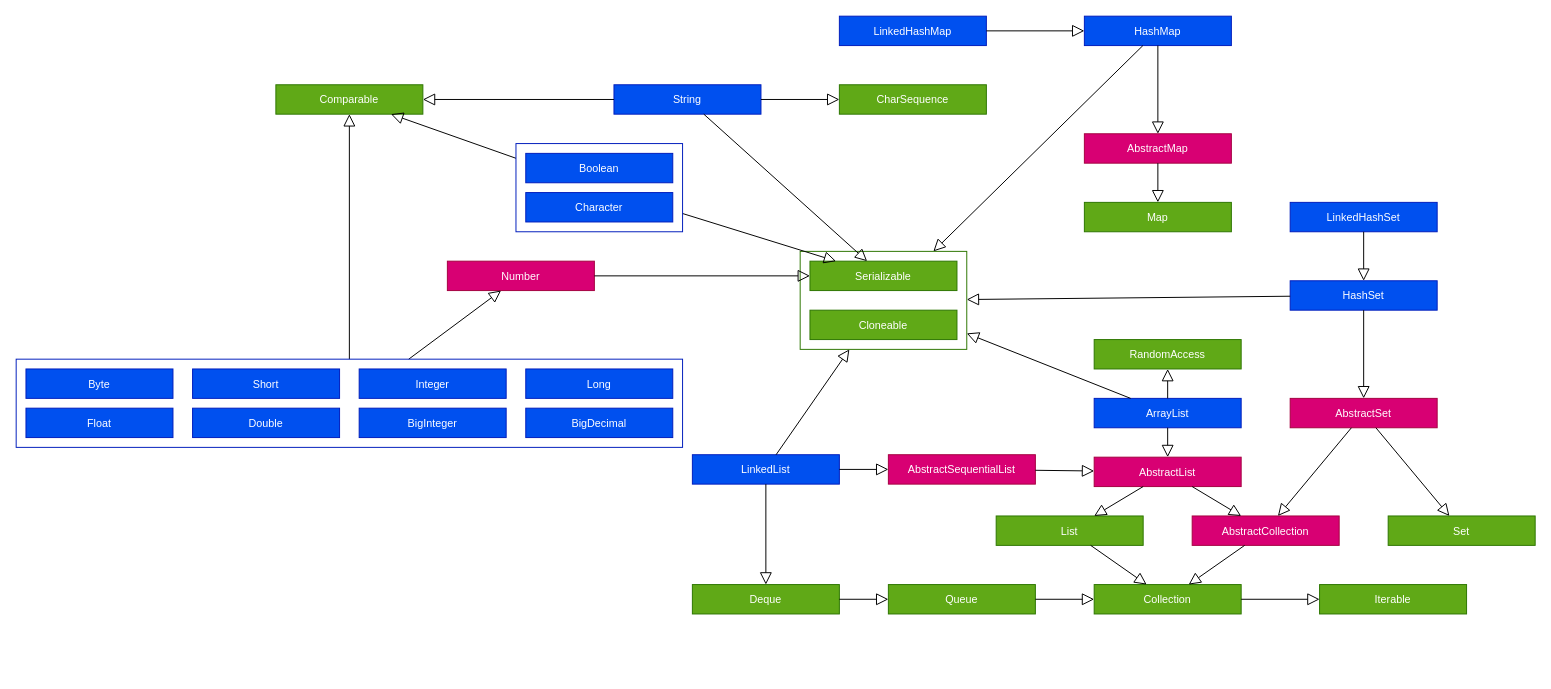
Above: extras/Smtin.drawio in Pa3kc123/json (draw.io), before the change. Source tidied: cells renumbered, new cells numbered last; positions are measured from the earlier drawing's top-left corner, leaving out a move shared by most shapes. Both pictures are drawn from the tidied source at 98%, with x=0, y=0 at pixel (16, 16).
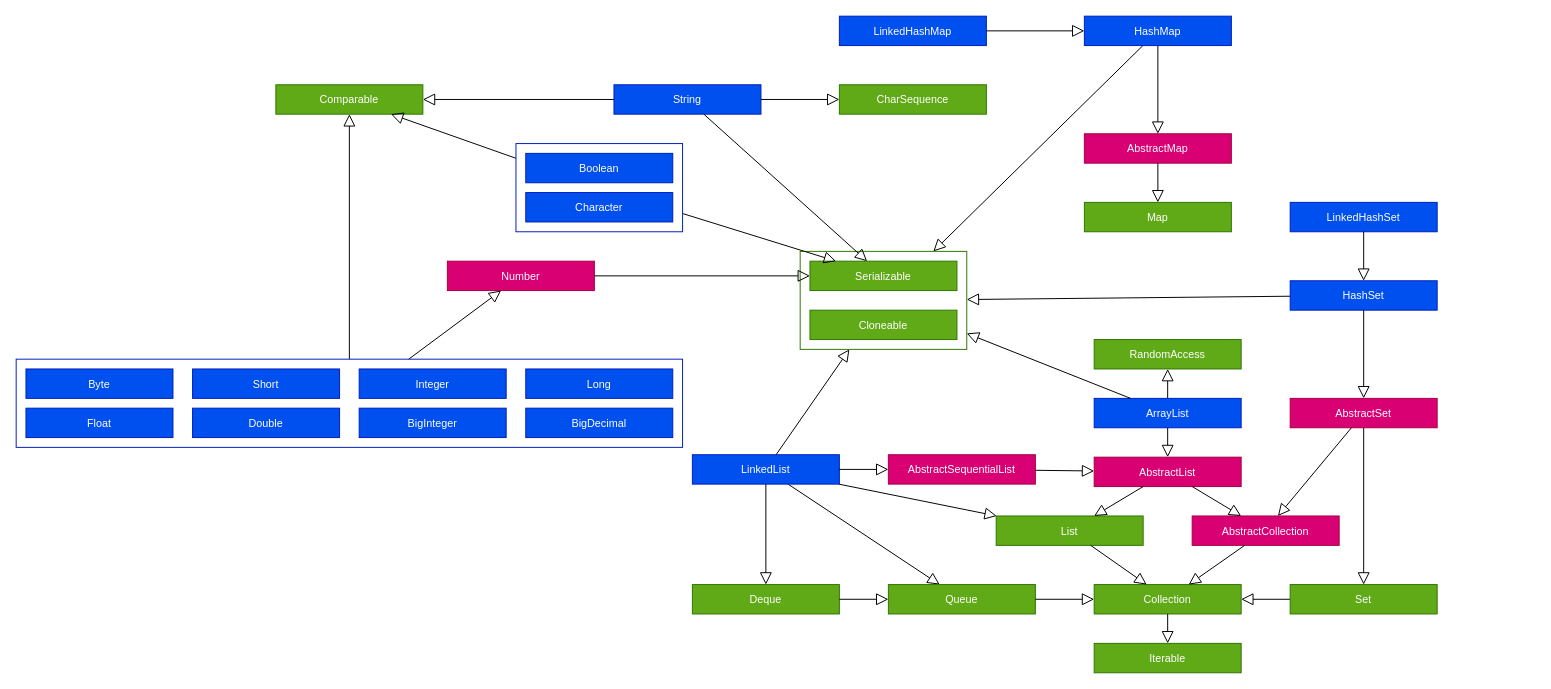
The same diagram, later.

The change refers to these unchanged cells:
```xml
<mxCell id="3" value="List" style="rounded=0;fontFamily=Helvetica;fontSize=11;fontColor=#ffffff;fillColor=#60a917;strokeColor=#2D7600;" parent="1" vertex="1">
  <mxGeometry x="1000" y="510" width="150" height="30" as="geometry" />
</mxCell>
<mxCell id="4" value="Collection" style="rounded=0;fontFamily=Helvetica;fontSize=11;fontColor=#ffffff;fillColor=#60a917;strokeColor=#2D7600;" parent="1" vertex="1">
  <mxGeometry x="1100" y="580" width="150" height="30" as="geometry" />
</mxCell>
<mxCell id="7" value="LinkedList" style="rounded=0;fontFamily=Helvetica;fontSize=11;fontColor=#ffffff;fillColor=#0050ef;strokeColor=#001DBC;" parent="1" vertex="1">
  <mxGeometry x="690" y="447.5" width="150" height="30" as="geometry" />
</mxCell>
<mxCell id="10" value="Queue" style="rounded=0;fontFamily=Helvetica;fontSize=11;fontColor=#ffffff;fillColor=#60a917;strokeColor=#2D7600;" parent="1" vertex="1">
  <mxGeometry x="890" y="580" width="150" height="30" as="geometry" />
</mxCell>
```

Change to the diagram source:
```diff
@@
     <mxCell id="5" value="Iterable" style="rounded=0;fontFamily=Helvetica;fontSize=11;fontColor=#ffffff;fillColor=#60a917;strokeColor=#2D7600;" parent="1" vertex="1">
-      <mxGeometry x="1330" y="580" width="150" height="30" as="geometry" />
+      <mxGeometry x="1100" y="640" width="150" height="30" as="geometry" />
     </mxCell>
@@
+    <mxCell id="74" style="edgeStyle=none;shape=connector;rounded=0;jettySize=auto;html=0;shadow=0;labelBackgroundColor=default;strokeColor=default;strokeWidth=1;fontFamily=Helvetica;fontSize=11;fontColor=default;endArrow=block;endFill=0;endSize=10;elbow=vertical;" parent="1" edge="1" source="7" target="10">
+      <mxGeometry relative="1" as="geometry" />
+    </mxCell>
+    <mxCell id="75" style="edgeStyle=none;shape=connector;rounded=0;jettySize=auto;html=0;shadow=0;labelBackgroundColor=default;strokeColor=default;strokeWidth=1;fontFamily=Helvetica;fontSize=11;fontColor=default;endArrow=block;endFill=0;endSize=10;elbow=vertical;" parent="1" edge="1" source="7" target="3">
+      <mxGeometry relative="1" as="geometry" />
+    </mxCell>
@@
+    <mxCell id="76" style="edgeStyle=none;shape=connector;rounded=0;jettySize=auto;html=0;shadow=0;labelBackgroundColor=default;strokeColor=default;strokeWidth=1;fontFamily=Helvetica;fontSize=11;fontColor=default;endArrow=block;endFill=0;endSize=10;elbow=vertical;" parent="1" edge="1" source="16" target="4">
+      <mxGeometry relative="1" as="geometry" />
+    </mxCell>
     <mxCell id="16" value="Set" style="rounded=0;fontFamily=Helvetica;fontSize=11;fontColor=#ffffff;fillColor=#60a917;strokeColor=#2D7600;" parent="1" vertex="1">
-      <mxGeometry x="1400" y="510" width="150" height="30" as="geometry" />
+      <mxGeometry x="1300" y="580" width="150" height="30" as="geometry" />
     </mxCell>
```
